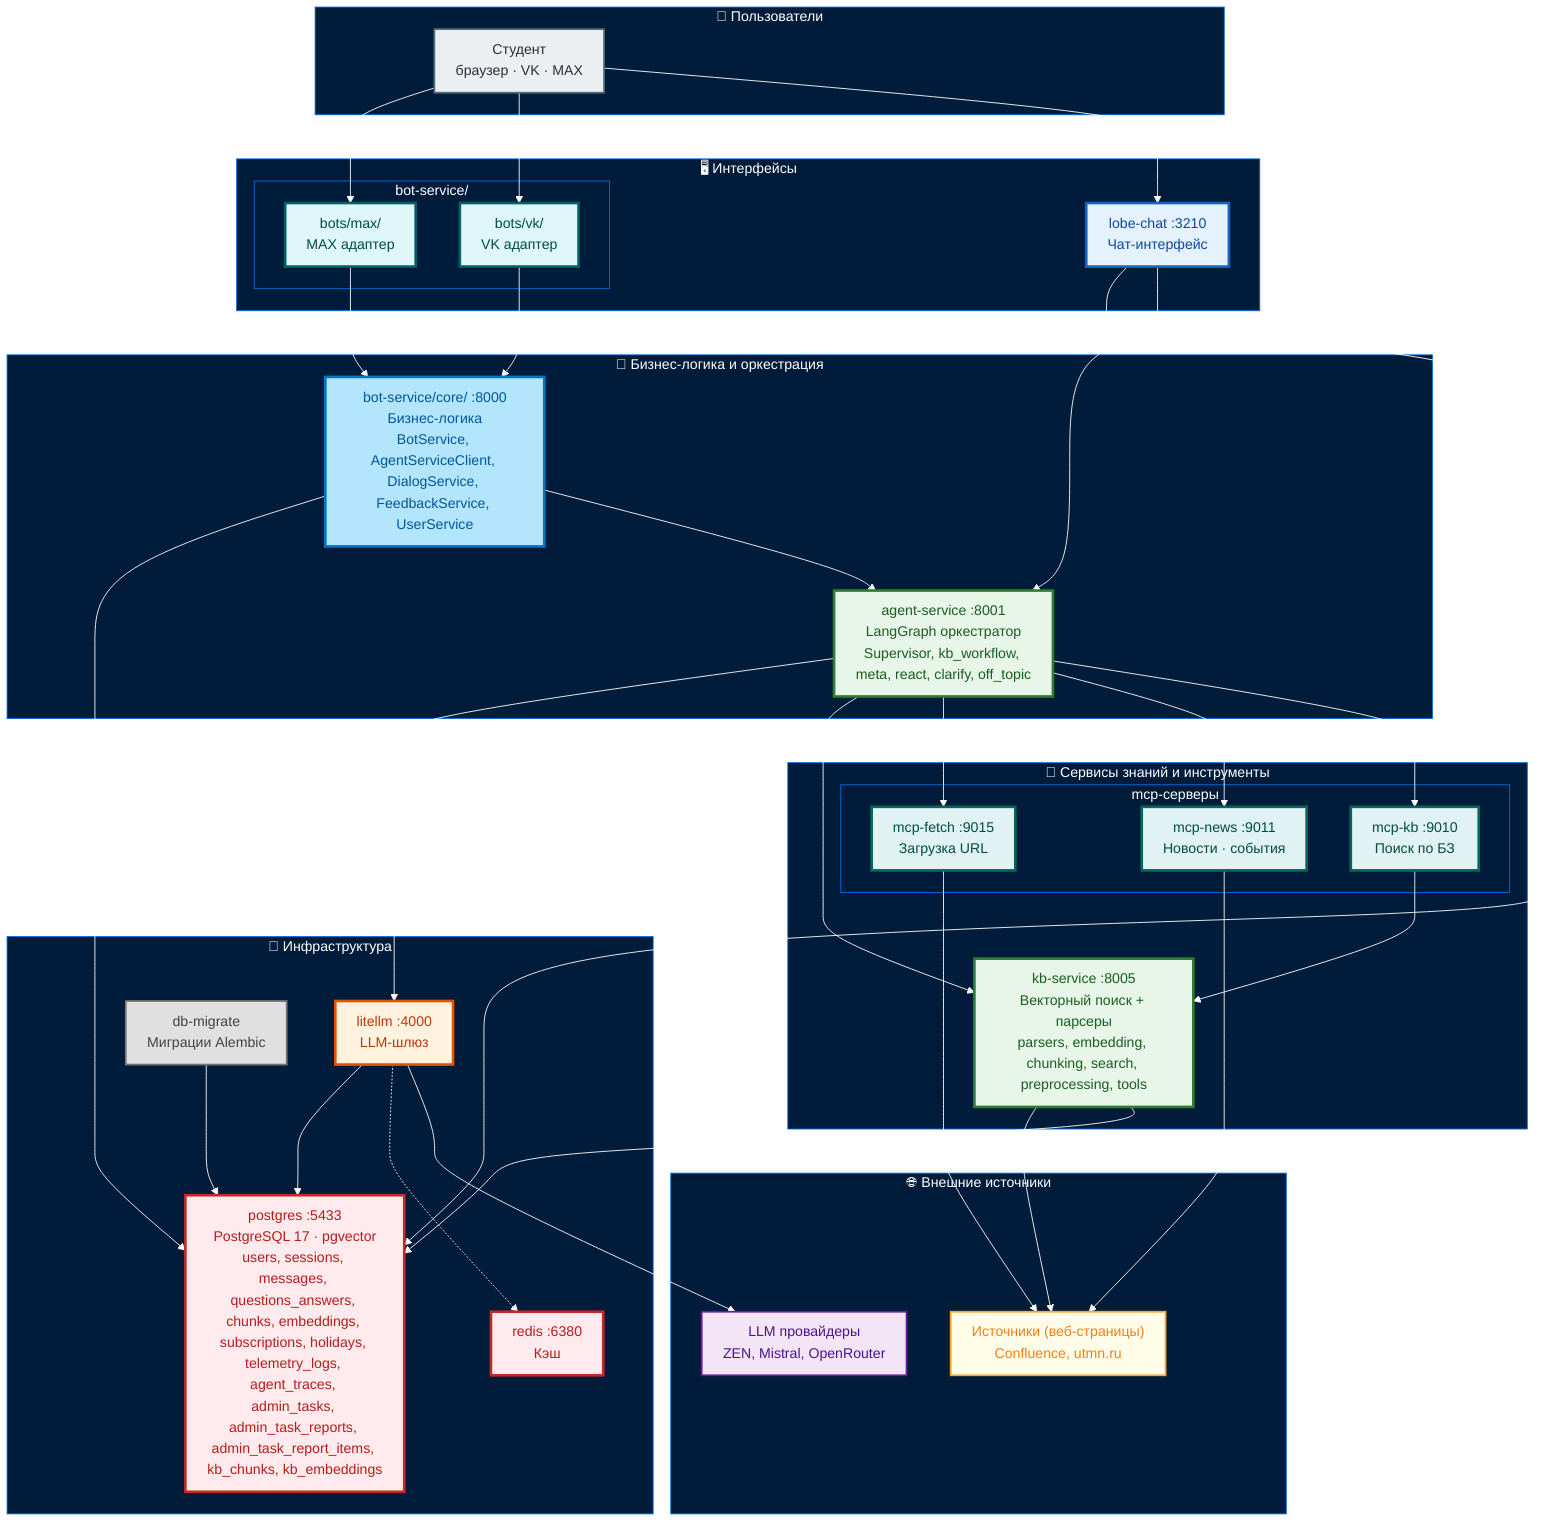
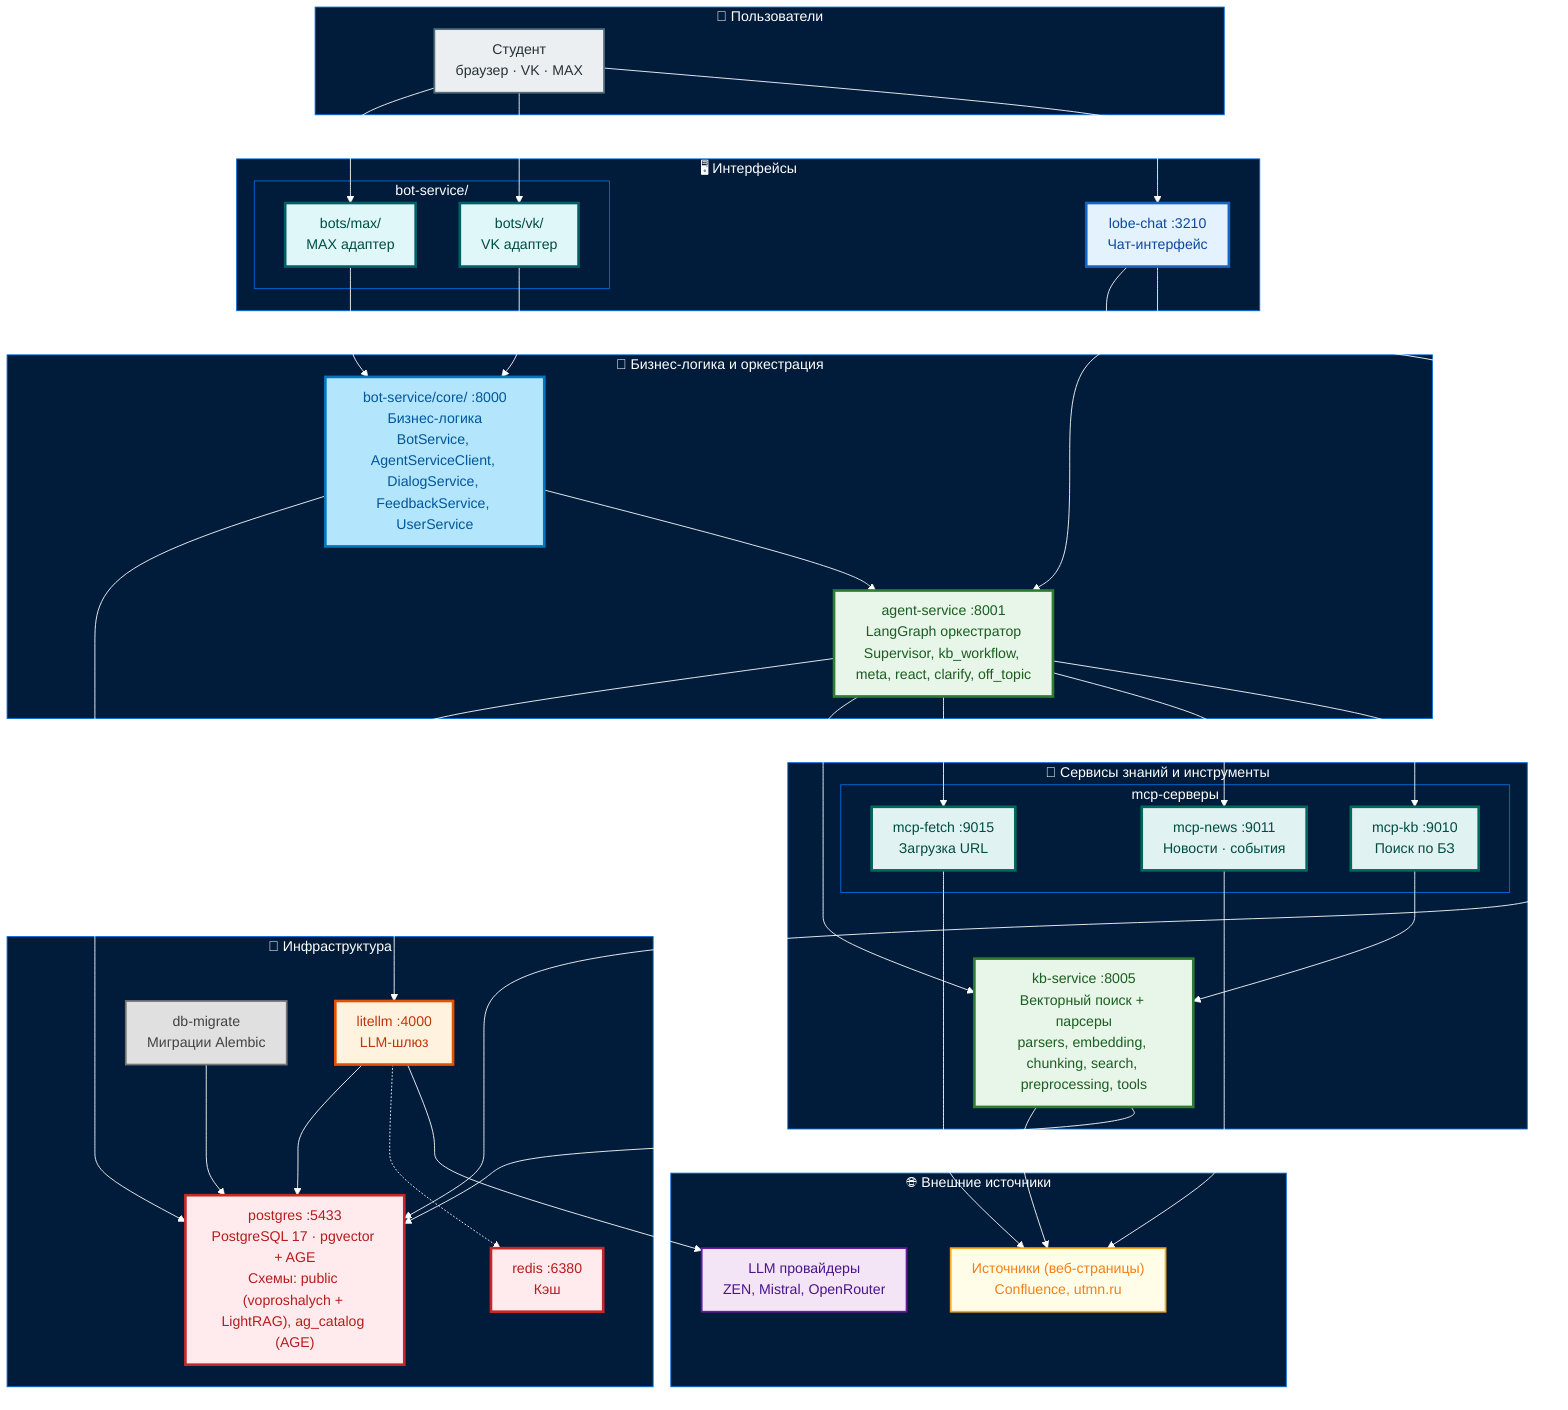
%%{
  init: {
    'theme': 'base',
    'themeVariables': {
      'background': '#011B3A',
      'primaryColor': '#E8EAF6',
      'primaryTextColor': '#1A237E',
      'primaryBorderColor': '#3F51B5',
      'lineColor': '#FFFFFF',
      'secondaryColor': '#FFF8E1',
      'tertiaryColor': '#E8F5E9',
      'clusterBkg': '#011B3A',
      'clusterBorder': '#046CE0',
      'clusterTextColor': '#FFFFFF',
      'nodeBorder': '#3F51B5',
      'nodeTextColor': '#1A237E',
      'edgeLabelBackground': '#032B50',
      'edgeLabelColor': '#FFFFFF',
      'titleColor': '#FFFFFF'
    },
    'flowchart': {
      'htmlLabels': true,
      'curve': 'basis',
      'padding': 12
    }
  }
}%%

flowchart TB
    %% Styles
    classDef interface fill:#E3F2FD,stroke:#1565C0,stroke-width:3px,color:#0D47A1
    classDef adapt fill:#E0F7FA,stroke:#006064,stroke-width:3px,color:#004D40
    classDef core fill:#B3E5FC,stroke:#0277BD,stroke-width:3px,color:#01579B
    classDef ms fill:#E8F5E9,stroke:#2E7D32,stroke-width:3px,color:#1B5E20
    classDef gateway fill:#FFF3E0,stroke:#E65100,stroke-width:3px,color:#BF360C
    classDef storage fill:#FFEBEE,stroke:#C62828,stroke-width:3px,color:#B71C1C
    classDef tool fill:#E0F2F1,stroke:#00695C,stroke-width:3px,color:#004D40
    classDef client fill:#ECEFF1,stroke:#546E7A,stroke-width:2px,color:#263238
    classDef provider fill:#F3E5F5,stroke:#6A1B9A,stroke-width:2px,color:#4A148C
    classDef external fill:#FFFDE7,stroke:#F9A825,stroke-width:2px,color:#F57F17
    classDef migrate fill:#E0E0E0,stroke:#757575,stroke-width:2px,color:#424242

    %% ==============================
    %% ПОЛЬЗОВАТЕЛИ
    %% ==============================
    subgraph Users["👤 Пользователи"]
        STUDENT["Студент<br/>браузер · VK · MAX"]:::client
    end

    %% ==============================
    %% ИНТЕРФЕЙСЫ
    %% ==============================
    subgraph Interfaces["🖥️ Интерфейсы"]
        LOBE["lobe-chat :3210<br/>Чат-интерфейс"]:::interface

        subgraph BotService["bot-service/"]
            BVK["bots/vk/<br/>VK адаптер"]:::adapt
            BMX["bots/max/<br/>MAX адаптер"]:::adapt
        end
    end

    %% ==============================
    %% БИЗНЕС-ЛОГИКА
    %% ==============================
    subgraph Core["🧠 Бизнес-логика и оркестрация"]
        BC["bot-service/core/ :8000<br/>Бизнес-логика<br/>BotService, AgentServiceClient, DialogService, FeedbackService, UserService"]:::core

        AS["agent-service :8001<br/>LangGraph оркестратор<br/>Supervisor, kb_workflow, meta, react, clarify, off_topic"]:::ms
    end

    %% ==============================
    %% ЗНАНИЯ
    %% ==============================
    subgraph Knowledge["🔧 Сервисы знаний и инструменты"]
        subgraph MCP["mcp-серверы"]
            MCPKB["mcp-kb :9010<br/>Поиск по БЗ"]:::tool
            MCPN["mcp-news :9011<br/>Новости · события"]:::tool
            MCPF["mcp-fetch :9015<br/>Загрузка URL"]:::tool
        end

        KB["kb-service :8005<br/>Векторный поиск + парсеры<br/>parsers, embedding, chunking, search, preprocessing, tools"]:::ms
    end

    %% ==============================
    %% ИНФРАСТРУКТУРА
    %% ==============================
    subgraph Infra["💾 Инфраструктура"]
        LLM["litellm :4000<br/>LLM-шлюз"]:::gateway
-         PG["postgres :5433<br/>PostgreSQL 17 · pgvector<br/>users, sessions, messages, questions_answers, chunks, embeddings, subscriptions, holidays, telemetry_logs, agent_traces, admin_tasks, admin_task_reports, admin_task_report_items, kb_chunks, kb_embeddings"]:::storage
+         PG["postgres :5433<br/>PostgreSQL 17 · pgvector + AGE<br/>Схемы: public (voproshalych + LightRAG), ag_catalog (AGE)"]:::storage
        DBM["db-migrate<br/>Миграции Alembic"]:::migrate
        RD["redis :6380<br/>Кэш"]:::storage
    end

    %% ==============================
    %% ВНЕШНИЕ
    %% ==============================
    subgraph External["🌐 Внешние источники"]
        EXTSRC["Источники (веб-страницы)<br/>Confluence, utmn.ru"]:::external
        LLM_EXT["LLM провайдеры<br/>ZEN, Mistral, OpenRouter"]:::provider
    end

    %% ==============================
    %% СВЯЗИ
    %% ==============================
    STUDENT --> LOBE
    STUDENT --> BVK
    STUDENT --> BMX

    BVK --> BC
    BMX --> BC
    LOBE --> AS
    BC --> AS

    AS --> MCPKB
    AS --> MCPN
    AS --> MCPF
    AS --> KB
    AS --> LLM

    MCPKB --> KB
    MCPN --> EXTSRC
    MCPF --> EXTSRC

    KB --> PG
    KB --> EXTSRC

    LLM --> LLM_EXT
    LLM -.-> RD
    LLM --> PG

    LOBE --> PG
    BC --> PG

    DBM --> PG
